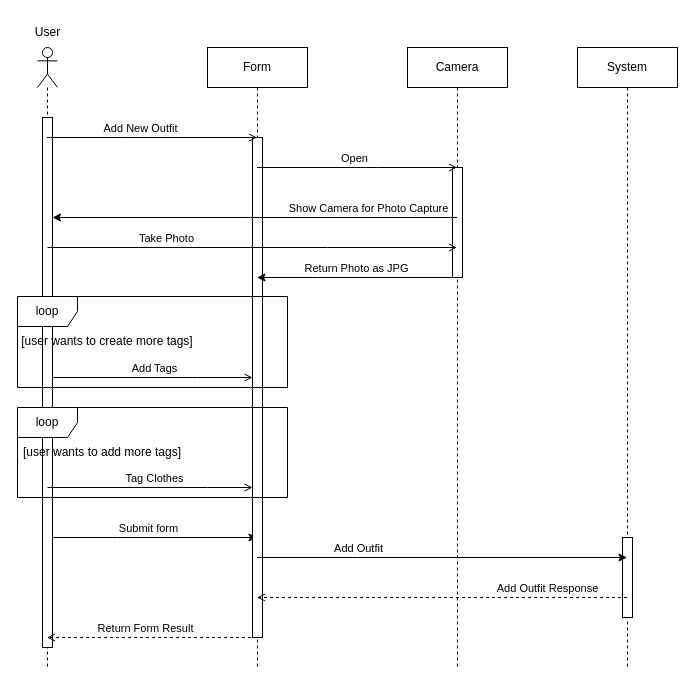
Above: docs/diagrams/sd-add-outfit.drawio in gienon-fer/SeekFit (draw.io), before the change. Source tidied: cells renumbered, new cells numbered last; positions are measured from the earlier drawing's top-left corner, leaving out a move shared by most shapes. Both pictures are drawn from the tidied source at 100%, with x=0, y=0 at pixel (17, 17).
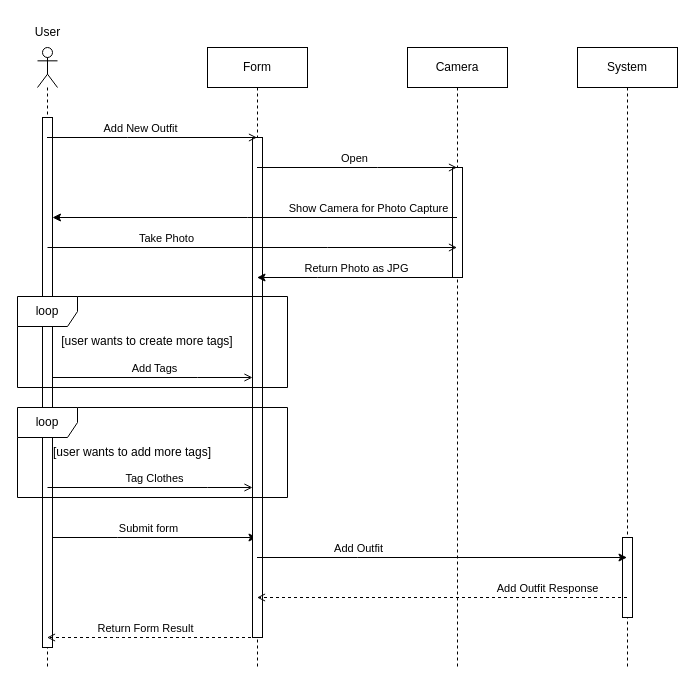
The same diagram, later.

Diff of the diagram source:
```diff
@@
-    <mxCell id="6" style="shape=umlLifeline;perimeter=lifelinePerimeter;whiteSpace=wrap;html=1;outlineConnect=0;portConstraint=eastwest;newEdgeStyle={&quot;curved&quot;:0,&quot;rounded&quot;:0};participant=umlActor;size=40;fillColor=none;" parent="1" vertex="1">
+    <mxCell id="6" style="shape=umlLifeline;perimeter=lifelinePerimeter;whiteSpace=wrap;html=1;outlineConnect=0;portConstraint=eastwest;newEdgeStyle={&quot;curved&quot;:0,&quot;rounded&quot;:0};participant=umlActor;size=40;fillColor=default;" parent="1" vertex="1">
       <mxGeometry x="20" y="30" width="20" height="620" as="geometry" />
     </mxCell>
@@
     <mxCell id="19" value="[user wants to add more tags]" style="text;html=1;align=center;verticalAlign=middle;whiteSpace=wrap;rounded=0;" parent="1" vertex="1">
-      <mxGeometry y="420" width="170" height="30" as="geometry" />
+      <mxGeometry x="30" y="420" width="170" height="30" as="geometry" />
     </mxCell>
     <mxCell id="20" value="[user wants to create more tags]" style="text;html=1;align=center;verticalAlign=middle;whiteSpace=wrap;rounded=0;" parent="1" vertex="1">
-      <mxGeometry y="309" width="180" height="30" as="geometry" />
+      <mxGeometry x="40" y="309" width="180" height="30" as="geometry" />
     </mxCell>
```
